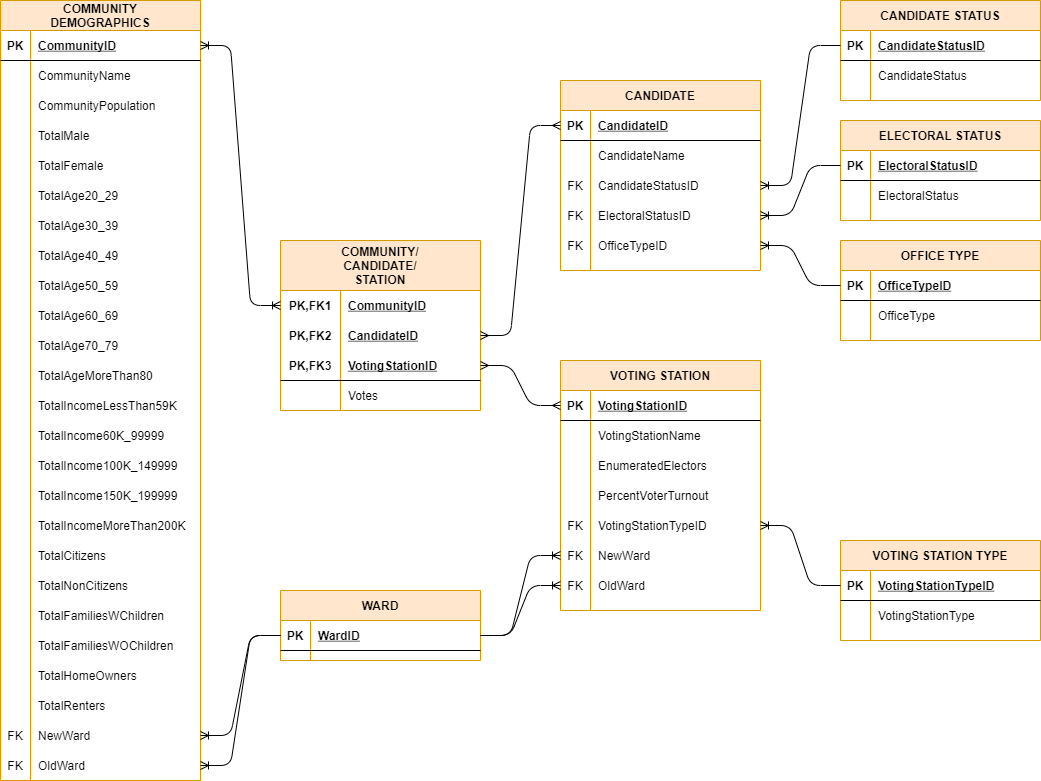
Before: Table Diagram.png, a diagram exported from draw.io (aCrockofSchmidt/BVC_IndProject_Municipal_Election_Analyzer). Source tidied: cells renumbered, new cells last; positions are measured from the earlier drawing's top-left corner, leaving out a move shared by most shapes.
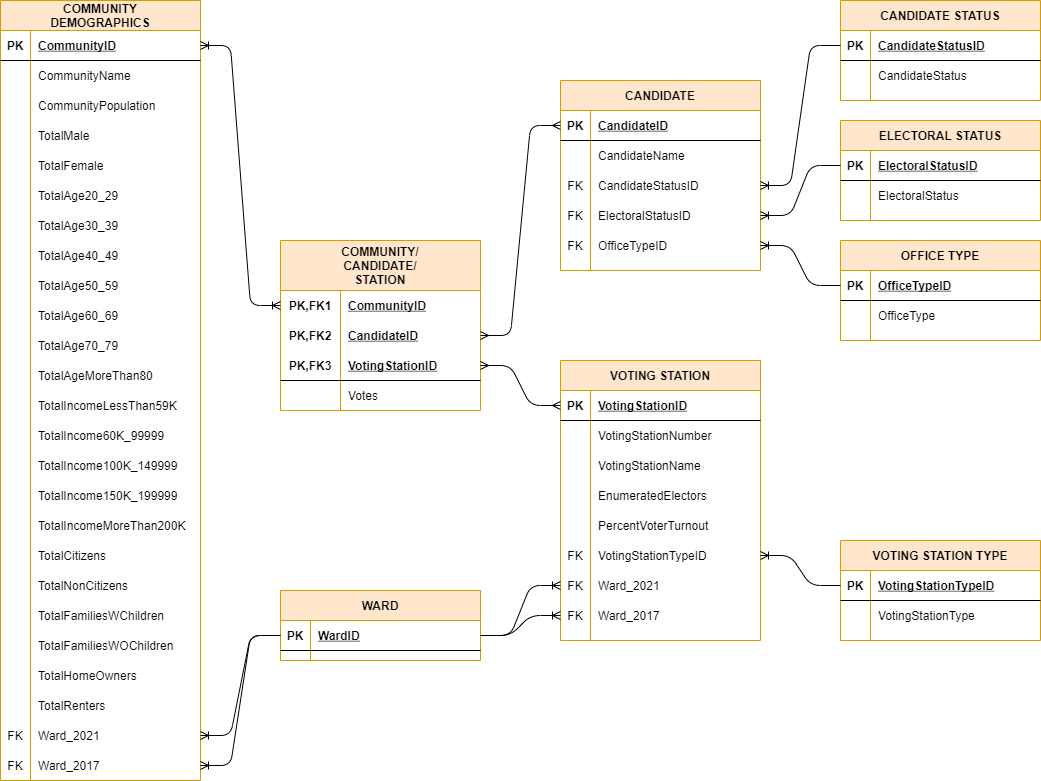
The same diagram one commit later.

Change to the diagram source:
```diff
@@ -218,7 +218,7 @@
     <mxCell id="73" value="FK" style="shape=partialRectangle;fillColor=none;top=0;left=0;bottom=0;right=0;overflow=hidden;" parent="72" vertex="1">
       <mxGeometry width="30" height="30" as="geometry" />
     </mxCell>
-    <mxCell id="74" value="NewWard" style="shape=partialRectangle;fillColor=none;top=0;left=0;bottom=0;right=0;align=left;spacingLeft=6;overflow=hidden;" parent="72" vertex="1">
+    <mxCell id="74" value="Ward_2021" style="shape=partialRectangle;fillColor=none;top=0;left=0;bottom=0;right=0;align=left;spacingLeft=6;overflow=hidden;" parent="72" vertex="1">
       <mxGeometry x="30" width="170" height="30" as="geometry" />
     </mxCell>
     <mxCell id="75" style="shape=partialRectangle;fillColor=none;top=0;left=0;bottom=0;right=0;points=[[0,0.5],[1,0.5]];portConstraint=eastwest;" parent="2" vertex="1">
@@ -227,7 +227,7 @@
     <mxCell id="76" value="FK" style="shape=partialRectangle;fillColor=none;top=0;left=0;bottom=0;right=0;overflow=hidden;" parent="75" vertex="1">
       <mxGeometry width="30" height="30" as="geometry" />
     </mxCell>
-    <mxCell id="77" value="OldWard" style="shape=partialRectangle;fillColor=none;top=0;left=0;bottom=0;right=0;align=left;spacingLeft=6;overflow=hidden;" parent="75" vertex="1">
+    <mxCell id="77" value="Ward_2017" style="shape=partialRectangle;fillColor=none;top=0;left=0;bottom=0;right=0;align=left;spacingLeft=6;overflow=hidden;" parent="75" vertex="1">
       <mxGeometry x="30" width="170" height="30" as="geometry" />
     </mxCell>
     <mxCell id="78" value="COMMUNITY/&#10;CANDIDATE/&#10;STATION" style="shape=table;startSize=50;rowLines=0;fontStyle=1;align=center;fillColor=#ffe6cc;strokeColor=#d79b00;" parent="1" vertex="1">
@@ -339,7 +339,7 @@
       <mxGeometry x="30" width="170" height="30" as="geometry" />
     </mxCell>
     <mxCell id="114" value="VOTING STATION" style="shape=table;startSize=30;rowLines=0;fontStyle=1;align=center;fillColor=#ffe6cc;strokeColor=#d79b00;" parent="1" vertex="1">
-      <mxGeometry x="560" y="360" width="200" height="250" as="geometry" />
+      <mxGeometry x="560" y="360" width="200" height="280" as="geometry" />
     </mxCell>
     <mxCell id="115" style="shape=partialRectangle;fillColor=none;top=0;left=0;bottom=1;right=0;points=[[0,0.5],[1,0.5]];portConstraint=eastwest;" parent="114" vertex="1">
       <mxGeometry y="30" width="200" height="30" as="geometry" />
@@ -356,11 +356,20 @@
     <mxCell id="119" style="shape=partialRectangle;fillColor=none;top=0;left=0;bottom=0;right=0;overflow=hidden;" parent="118" vertex="1">
       <mxGeometry width="30" height="30" as="geometry" />
     </mxCell>
-    <mxCell id="120" value="VotingStationName" style="shape=partialRectangle;fillColor=none;top=0;left=0;bottom=0;right=0;align=left;spacingLeft=6;overflow=hidden;" parent="118" vertex="1">
+    <mxCell id="120" value="VotingStationNumber" style="shape=partialRectangle;fillColor=none;top=0;left=0;bottom=0;right=0;align=left;spacingLeft=6;overflow=hidden;" parent="118" vertex="1">
       <mxGeometry x="30" width="170" height="30" as="geometry" />
     </mxCell>
+    <mxCell id="172" style="shape=partialRectangle;fillColor=none;top=0;left=0;bottom=0;right=0;" parent="114" vertex="1">
+      <mxGeometry y="90" width="200" height="30" as="geometry" />
+    </mxCell>
+    <mxCell id="173" style="shape=partialRectangle;fillColor=none;top=0;left=0;bottom=0;right=0;overflow=hidden;" parent="172" vertex="1">
+      <mxGeometry width="30" height="30" as="geometry" />
+    </mxCell>
+    <mxCell id="174" value="VotingStationName" style="shape=partialRectangle;fillColor=none;top=0;left=0;bottom=0;right=0;align=left;spacingLeft=6;overflow=hidden;" parent="172" vertex="1">
+      <mxGeometry x="30" width="170" height="30" as="geometry" />
+    </mxCell>
     <mxCell id="121" style="shape=partialRectangle;fillColor=none;top=0;left=0;bottom=0;right=0;" parent="114" vertex="1">
-      <mxGeometry y="90" width="200" height="30" as="geometry" />
+      <mxGeometry y="120" width="200" height="30" as="geometry" />
     </mxCell>
     <mxCell id="122" style="shape=partialRectangle;fillColor=none;top=0;left=0;bottom=0;right=0;overflow=hidden;" parent="121" vertex="1">
       <mxGeometry width="30" height="30" as="geometry" />
@@ -369,7 +378,7 @@
       <mxGeometry x="30" width="170" height="30" as="geometry" />
     </mxCell>
     <mxCell id="124" style="shape=partialRectangle;fillColor=none;top=0;left=0;bottom=0;right=0;" parent="114" vertex="1">
-      <mxGeometry y="120" width="200" height="30" as="geometry" />
+      <mxGeometry y="150" width="200" height="30" as="geometry" />
     </mxCell>
     <mxCell id="125" style="shape=partialRectangle;fillColor=none;top=0;left=0;bottom=0;right=0;overflow=hidden;" parent="124" vertex="1">
       <mxGeometry width="30" height="30" as="geometry" />
@@ -378,7 +387,7 @@
       <mxGeometry x="30" width="170" height="30" as="geometry" />
     </mxCell>
     <mxCell id="127" style="shape=partialRectangle;fillColor=none;top=0;left=0;bottom=0;right=0;points=[[0,0.5],[1,0.5]];portConstraint=eastwest;" parent="114" vertex="1">
-      <mxGeometry y="150" width="200" height="30" as="geometry" />
+      <mxGeometry y="180" width="200" height="30" as="geometry" />
     </mxCell>
     <mxCell id="128" value="FK" style="shape=partialRectangle;fillColor=none;top=0;left=0;bottom=0;right=0;overflow=hidden;" parent="127" vertex="1">
       <mxGeometry width="30" height="30" as="geometry" />
@@ -387,21 +396,21 @@
       <mxGeometry x="30" width="170" height="30" as="geometry" />
     </mxCell>
     <mxCell id="130" style="shape=partialRectangle;fillColor=none;top=0;left=0;bottom=0;right=0;points=[[0,0.5],[1,0.5]];portConstraint=eastwest;" parent="114" vertex="1">
-      <mxGeometry y="180" width="200" height="30" as="geometry" />
+      <mxGeometry y="210" width="200" height="30" as="geometry" />
     </mxCell>
     <mxCell id="131" value="FK" style="shape=partialRectangle;fillColor=none;top=0;left=0;bottom=0;right=0;overflow=hidden;" parent="130" vertex="1">
       <mxGeometry width="30" height="30" as="geometry" />
     </mxCell>
-    <mxCell id="132" value="NewWard" style="shape=partialRectangle;fillColor=none;top=0;left=0;bottom=0;right=0;align=left;spacingLeft=6;overflow=hidden;" parent="130" vertex="1">
+    <mxCell id="132" value="Ward_2021" style="shape=partialRectangle;fillColor=none;top=0;left=0;bottom=0;right=0;align=left;spacingLeft=6;overflow=hidden;" parent="130" vertex="1">
       <mxGeometry x="30" width="170" height="30" as="geometry" />
     </mxCell>
     <mxCell id="133" style="shape=partialRectangle;fillColor=none;top=0;left=0;bottom=0;right=0;points=[[0,0.5],[1,0.5]];portConstraint=eastwest;" parent="114" vertex="1">
-      <mxGeometry y="210" width="200" height="30" as="geometry" />
+      <mxGeometry y="240" width="200" height="30" as="geometry" />
     </mxCell>
     <mxCell id="134" value="FK" style="shape=partialRectangle;fillColor=none;top=0;left=0;bottom=0;right=0;overflow=hidden;" parent="133" vertex="1">
       <mxGeometry width="30" height="30" as="geometry" />
     </mxCell>
-    <mxCell id="135" value="OldWard" style="shape=partialRectangle;fillColor=none;top=0;left=0;bottom=0;right=0;align=left;spacingLeft=6;overflow=hidden;" parent="133" vertex="1">
+    <mxCell id="135" value="Ward_2017" style="shape=partialRectangle;fillColor=none;top=0;left=0;bottom=0;right=0;align=left;spacingLeft=6;overflow=hidden;" parent="133" vertex="1">
       <mxGeometry x="30" width="170" height="30" as="geometry" />
     </mxCell>
     <mxCell id="136" style="edgeStyle=entityRelationEdgeStyle;fontSize=12;html=1;endArrow=ERoneToMany;" parent="1" edge="1" source="92" target="130">
```
